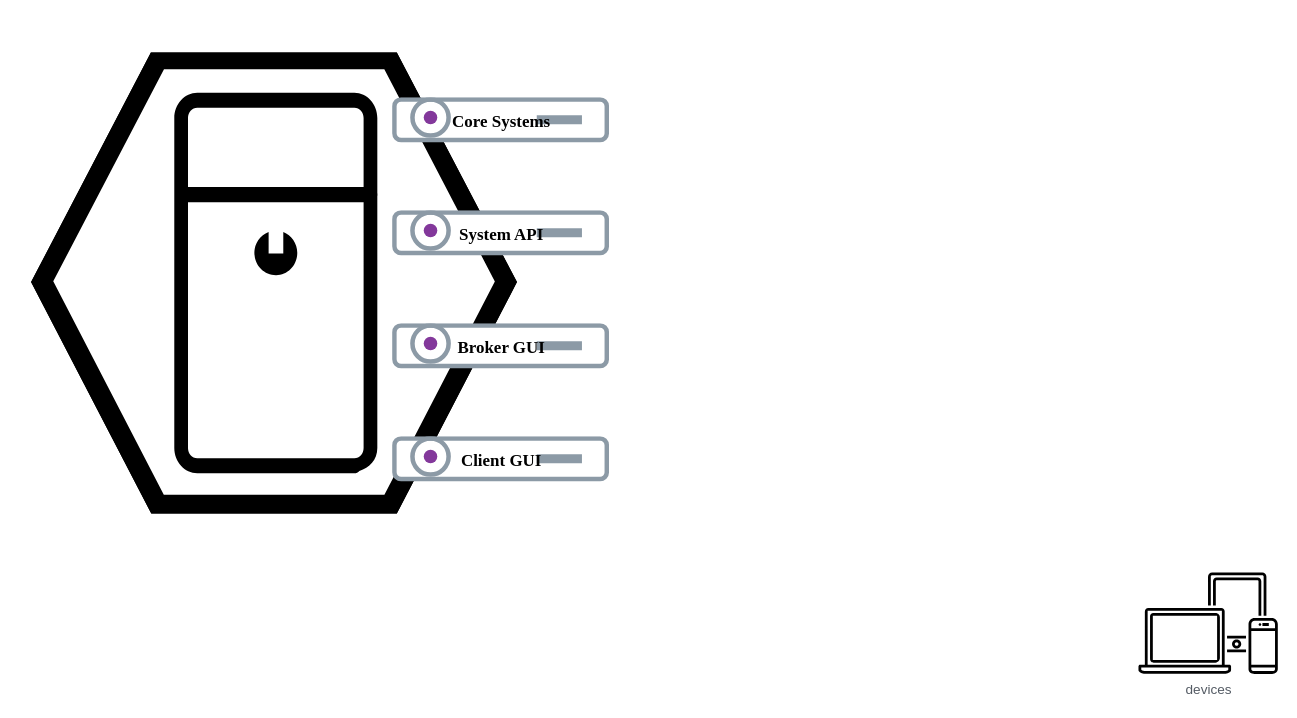
Earlier version of the draw.io diagram Big_Picture.drawio (saminCSE/Fix_Engine_Run_Flow). Source tidied: cells renumbered, new cells numbered last; positions are measured from the earlier drawing's top-left corner, leaving out a move shared by most shapes. Both pictures are drawn from the tidied source at 113%, with x=0, y=0 at pixel (31, 52).
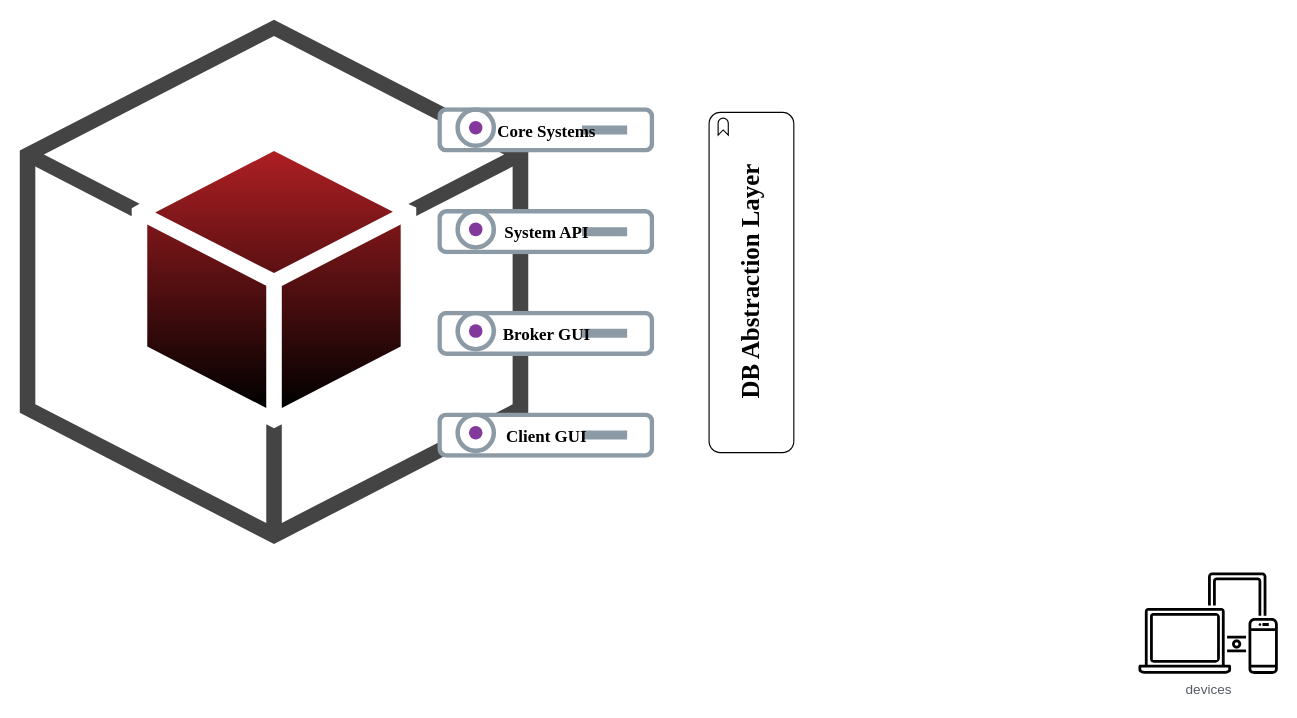
Above is the later version.

Diff of the diagram source:
```diff
@@
 <mxGraphModel>
   <root>
     <mxCell id="0" />
     <mxCell id="1" parent="0" />
-    <mxCell id="2" style="verticalLabelPosition=bottom;sketch=0;html=1;fillColor=#000000;strokeColor=#ffffff;verticalAlign=top;align=center;shape=mxgraph.cisco_safe.compositeIcon;bgIcon=mxgraph.cisco_safe.design.blank_device;resIcon=mxgraph.cisco_safe.design.server_4;" parent="1" vertex="1">
-      <mxGeometry width="430" height="408" as="geometry" />
-    </mxCell>
+    <mxCell id="8" style="dashed=0;verticalLabelPosition=bottom;verticalAlign=top;align=center;html=1;shape=mxgraph.aws3.android;fillColor=#AE1F23;gradientColor=default;" parent="1" vertex="1">
+      <mxGeometry x="-10" y="-29" width="450" height="464" as="geometry" />
+    </mxCell>
+    <mxCell id="4" value="devices" style="sketch=0;gradientColor=none;fontColor=#545B64;strokeColor=none;fillColor=#000000;dashed=0;verticalLabelPosition=bottom;verticalAlign=top;align=center;html=1;fontSize=12;fontStyle=0;shape=mxgraph.aws4.illustration_devices;" parent="1" vertex="1">
+      <mxGeometry x="980" y="460" width="123.3" height="90" as="geometry" />
+    </mxCell>
     <mxCell id="3" value="Core Systems" style="image;perimeter=ellipsePerimeter;align=center;fontSize=15;verticalAlign=middle;fontColor=#000000;shadow=0;dashed=0;image=img/lib/cumulus/netq_server.svg;strokeColor=#000000;fontFamily=Times New Roman;fontStyle=1;horizontal=1;labelPosition=center;verticalLabelPosition=middle;labelBorderColor=none;labelBackgroundColor=none;html=1;" parent="1" vertex="1">
-      <mxGeometry x="320" y="40" width="192" height="40" as="geometry" />
+      <mxGeometry x="360" y="49" width="192" height="40" as="geometry" />
     </mxCell>
-    <mxCell id="4" value="devices" style="sketch=0;gradientColor=none;fontColor=#545B64;strokeColor=none;fillColor=#000000;dashed=0;verticalLabelPosition=bottom;verticalAlign=top;align=center;html=1;fontSize=12;fontStyle=0;shape=mxgraph.aws4.illustration_devices;" parent="1" vertex="1">
-      <mxGeometry x="980" y="460" width="123.3" height="90" as="geometry" />
-    </mxCell>
-    <mxCell id="5" value="Client GUI" style="image;perimeter=ellipsePerimeter;html=1;align=center;fontSize=15;verticalAlign=middle;fontColor=#000000;shadow=0;dashed=0;image=img/lib/cumulus/netq_server.svg;strokeColor=#000000;fontFamily=Times New Roman;fontStyle=1;horizontal=1;labelPosition=center;verticalLabelPosition=middle;labelBackgroundColor=none;" parent="1" vertex="1">
-      <mxGeometry x="320" y="340" width="192" height="40" as="geometry" />
-    </mxCell>
     <mxCell id="6" value="System API" style="image;perimeter=ellipsePerimeter;html=1;align=center;fontSize=15;verticalAlign=middle;fontColor=#000000;shadow=0;dashed=0;image=img/lib/cumulus/netq_server.svg;strokeColor=#000000;fontFamily=Times New Roman;fontStyle=1;horizontal=1;labelPosition=center;verticalLabelPosition=middle;labelBackgroundColor=none;" parent="1" vertex="1">
-      <mxGeometry x="320" y="140" width="192" height="40" as="geometry" />
+      <mxGeometry x="360" y="139" width="192" height="40" as="geometry" />
     </mxCell>
     <mxCell id="7" value="Broker GUI" style="image;perimeter=ellipsePerimeter;html=1;align=center;fontSize=15;verticalAlign=middle;fontColor=#000000;shadow=0;dashed=0;image=img/lib/cumulus/netq_server.svg;strokeColor=#000000;fontFamily=Times New Roman;fontStyle=1;horizontal=1;labelPosition=center;verticalLabelPosition=middle;labelBackgroundColor=none;" parent="1" vertex="1">
-      <mxGeometry x="320" y="240" width="192" height="40" as="geometry" />
+      <mxGeometry x="360" y="229" width="192" height="40" as="geometry" />
     </mxCell>
+    <mxCell id="5" value="Client GUI" style="image;perimeter=ellipsePerimeter;html=1;align=center;fontSize=15;verticalAlign=middle;fontColor=#000000;shadow=0;dashed=0;image=img/lib/cumulus/netq_server.svg;strokeColor=#000000;fontFamily=Times New Roman;fontStyle=1;horizontal=1;labelPosition=center;verticalLabelPosition=middle;labelBackgroundColor=none;" parent="1" vertex="1">
+      <mxGeometry x="360" y="319" width="192" height="40" as="geometry" />
+    </mxCell>
+    <mxCell id="9" style="html=1;whiteSpace=wrap;shape=mxgraph.archimate3.application;appType=event;archiType=rounded;direction=north;gradientColor=none;" parent="1" vertex="1">
+      <mxGeometry x="600" y="53" width="75" height="301" as="geometry" />
+    </mxCell>
+    <mxCell id="10" value="&lt;h6&gt;&lt;font face=&quot;Times New Roman&quot; style=&quot;font-size: 22px;&quot;&gt;DB Abstraction Layer&lt;/font&gt;&lt;/h6&gt;" style="text;html=1;strokeColor=none;fillColor=none;align=center;verticalAlign=middle;whiteSpace=wrap;rounded=0;rotation=270;" parent="1" vertex="1">
+      <mxGeometry x="506.2" y="187.8" width="262.5" height="30" as="geometry" />
+    </mxCell>
   </root>
 </mxGraphModel>
```
